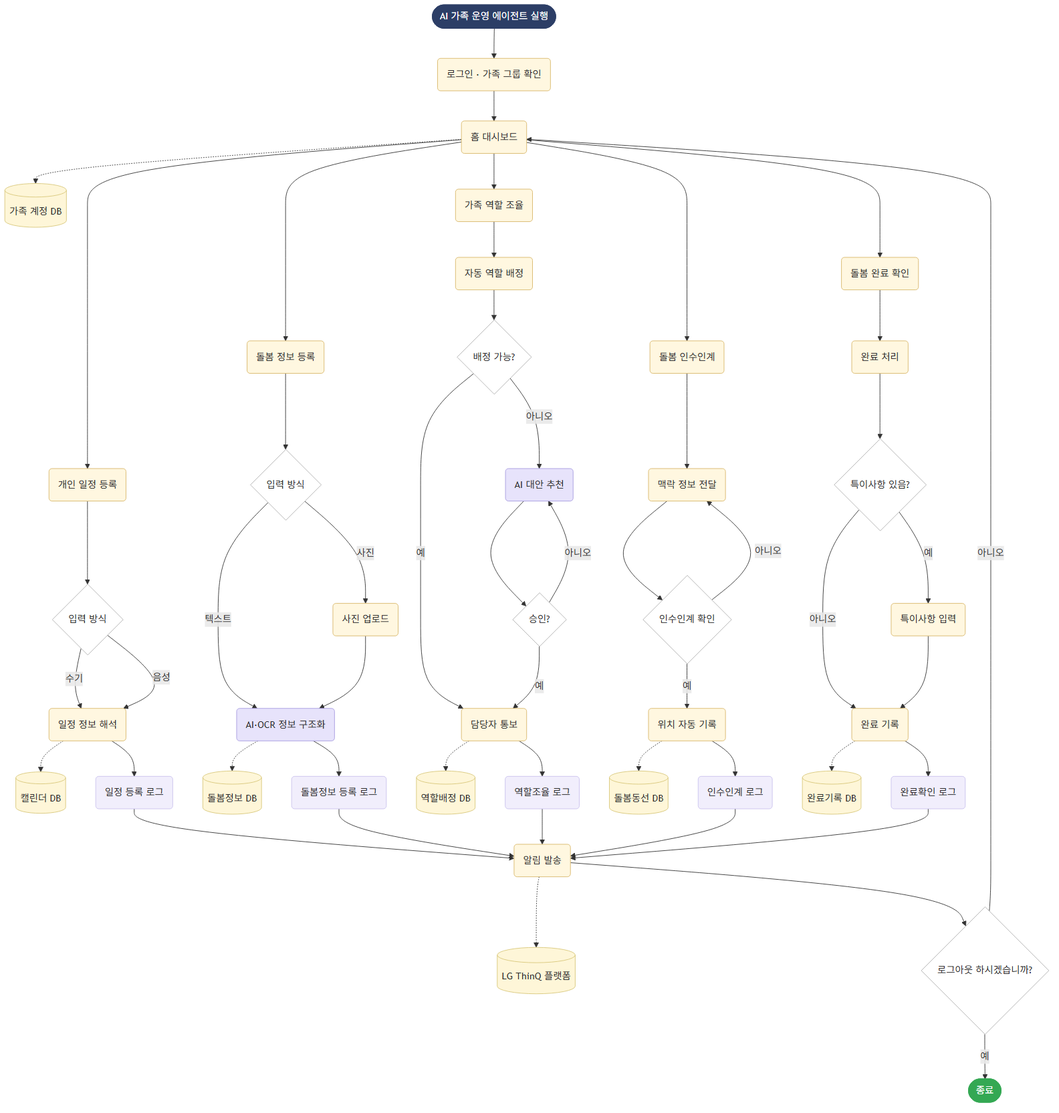
The Mermaid diagram docs/서비스흐름도/09_통합_전체흐름도.png in tarcein/LGDXPJ, before a commit. Its source is kept beside it as docs/서비스흐름도/09_통합_전체흐름도.mmd. Its diagram source:
```mermaid
flowchart TD

Start(["AI 가족 운영 에이전트 실행"]):::header --> Login("로그인 · 가족 그룹 확인"):::process
Login --> Dashboard("홈 대시보드"):::process
Dashboard -.-> UsersDB[("가족 계정 DB")]:::db

Dashboard --> A1("개인 일정 등록"):::process
Dashboard --> B1("돌봄 정보 등록"):::process
Dashboard --> C1("가족 역할 조율"):::process
Dashboard --> D1("돌봄 인수인계"):::process
Dashboard --> E1("돌봄 완료 확인"):::process

A1 --> A2{"입력 방식"}:::decision
A2 -- "수기" --> A3("일정 정보 해석"):::process
A2 -- "음성" --> A3
A3 -.-> CalDB[("캘린더 DB")]:::db
A3 --> A4("일정 등록 로그"):::log

B1 --> B2{"입력 방식"}:::decision
B2 -- "텍스트" --> B3b
B2 -- "사진" --> B3a("사진 업로드"):::process
B3a --> B3b("AI·OCR 정보 구조화"):::ai
B3b -.-> CareDB[("돌봄정보 DB")]:::db
B3b --> B4("돌봄정보 등록 로그"):::log

C1 --> C2("자동 역할 배정"):::process
C2 --> C3{"배정 가능?"}:::decision
C3 -- "예" --> C4("담당자 통보"):::process
C3 -- "아니오" --> C5("AI 대안 추천"):::ai
C5 --> C6{"승인?"}:::decision
C6 -- "아니오" --> C5
C6 -- "예" --> C4
C4 -.-> RoleDB[("역할배정 DB")]:::db
C4 --> C7("역할조율 로그"):::log

D1 --> D2("맥락 정보 전달"):::process
D2 --> D3{"인수인계 확인"}:::decision
D3 -- "아니오" --> D2
D3 -- "예" --> D4("위치 자동 기록"):::process
D4 -.-> LocDB[("돌봄동선 DB")]:::db
D4 --> D5("인수인계 로그"):::log

E1 --> E2("완료 처리"):::process
E2 --> E3{"특이사항 있음?"}:::decision
E3 -- "예" --> E4("특이사항 입력"):::process
E3 -- "아니오" --> E5
E4 --> E5("완료 기록"):::process
E5 -.-> DoneDB[("완료기록 DB")]:::db
E5 --> E6("완료확인 로그"):::log

A4 --> Notify
B4 --> Notify
C7 --> Notify
D5 --> Notify
E6 --> Notify

Notify("알림 발송"):::process
Notify -.-> ThinQ[("LG ThinQ 플랫폼")]:::db
Notify --> Logout{"로그아웃 하시겠습니까?"}:::decision
Logout -- "아니오" --> Dashboard
Logout -- "예" --> End(["종료"]):::endnode

classDef header fill:#2C3E66,stroke:#2C3E66,color:#FFFFFF,stroke-width:1px;
classDef process fill:#FFF7E0,stroke:#D8B76A,color:#2b2b2b,stroke-width:1px;
classDef ai fill:#E7E3FB,stroke:#A79CE0,color:#2b2b2b,stroke-width:1px;
classDef db fill:#FEF6D8,stroke:#D8C77A,color:#2b2b2b,stroke-width:1px;
classDef decision fill:#FFFFFF,stroke:#B0B0B0,color:#2b2b2b,stroke-width:1px;
classDef log fill:#F1EEFC,stroke:#C9C2ED,color:#2b2b2b,stroke-width:1px;
classDef endnode fill:#34A853,stroke:#34A853,color:#FFFFFF,stroke-width:1px;
```
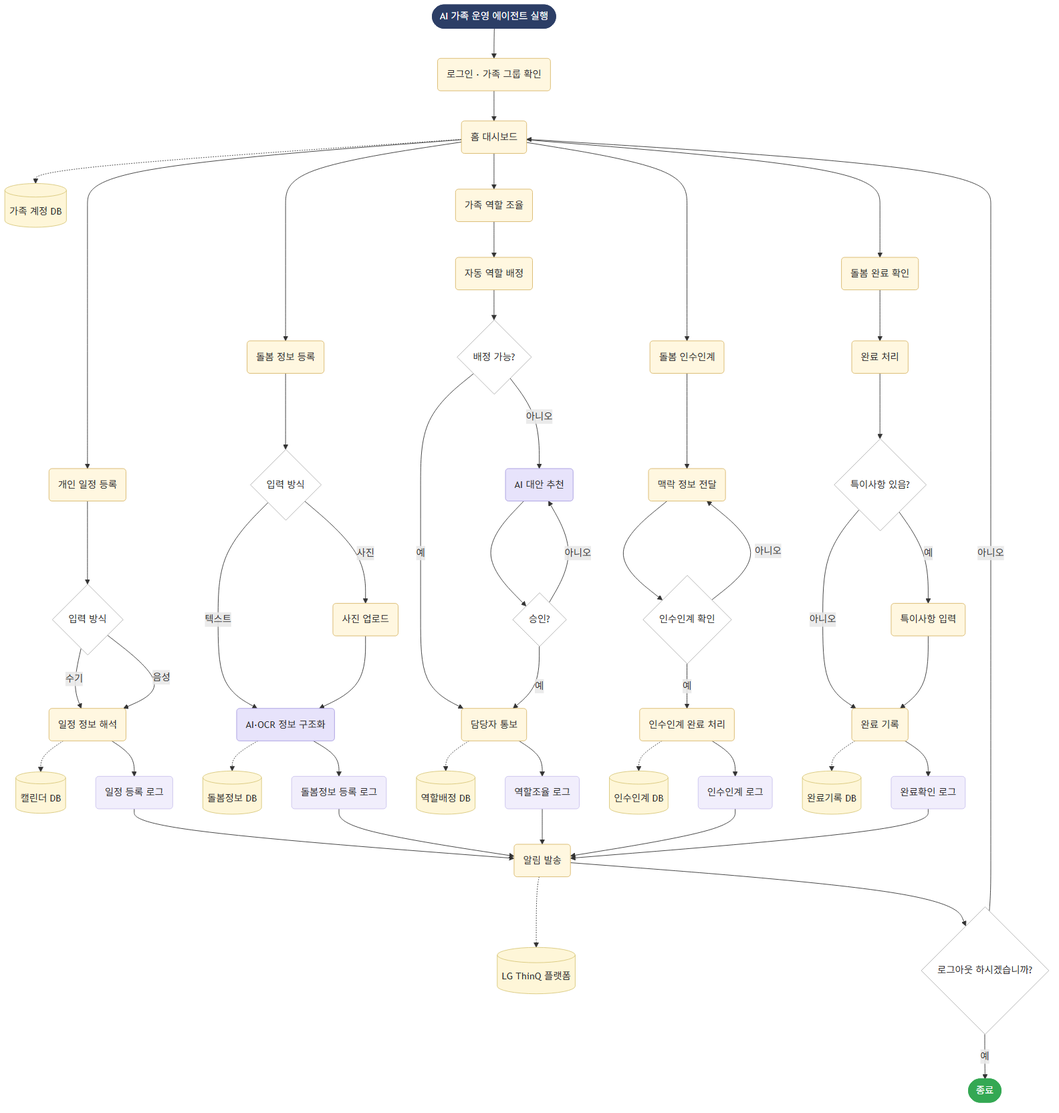
Later version of the same file.

Change to the diagram source:
```diff
@@ -36,8 +36,8 @@
 D1 --> D2("맥락 정보 전달"):::process
 D2 --> D3{"인수인계 확인"}:::decision
 D3 -- "아니오" --> D2
-D3 -- "예" --> D4("위치 자동 기록"):::process
-D4 -.-> LocDB[("돌봄동선 DB")]:::db
+D3 -- "예" --> D4("인수인계 완료 처리"):::process
+D4 -.-> LocDB[("인수인계 DB")]:::db
 D4 --> D5("인수인계 로그"):::log
 
 E1 --> E2("완료 처리"):::process
```
